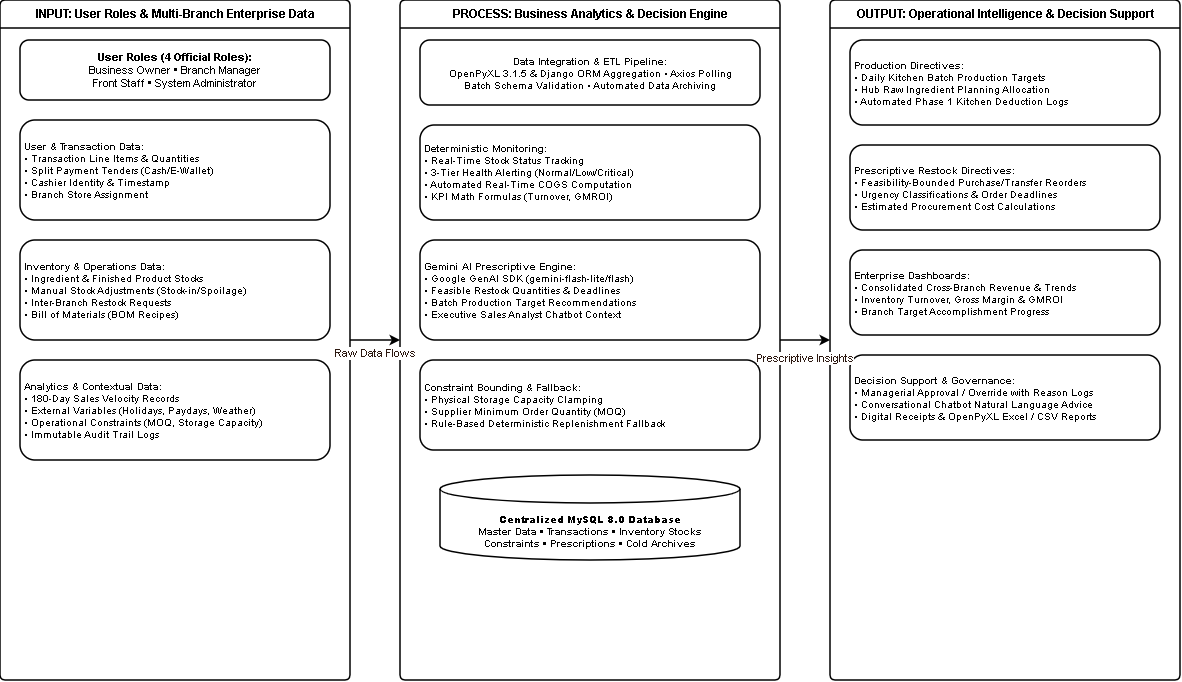
Above: docs/diagrams/drawio/Figure_1_Conceptual_Framework.png in cjavier15/sweetbox-main (draw.io), before the change. Source tidied: cells renumbered, new cells last; positions are measured from the earlier drawing's top-left corner, leaving out a move shared by most shapes.
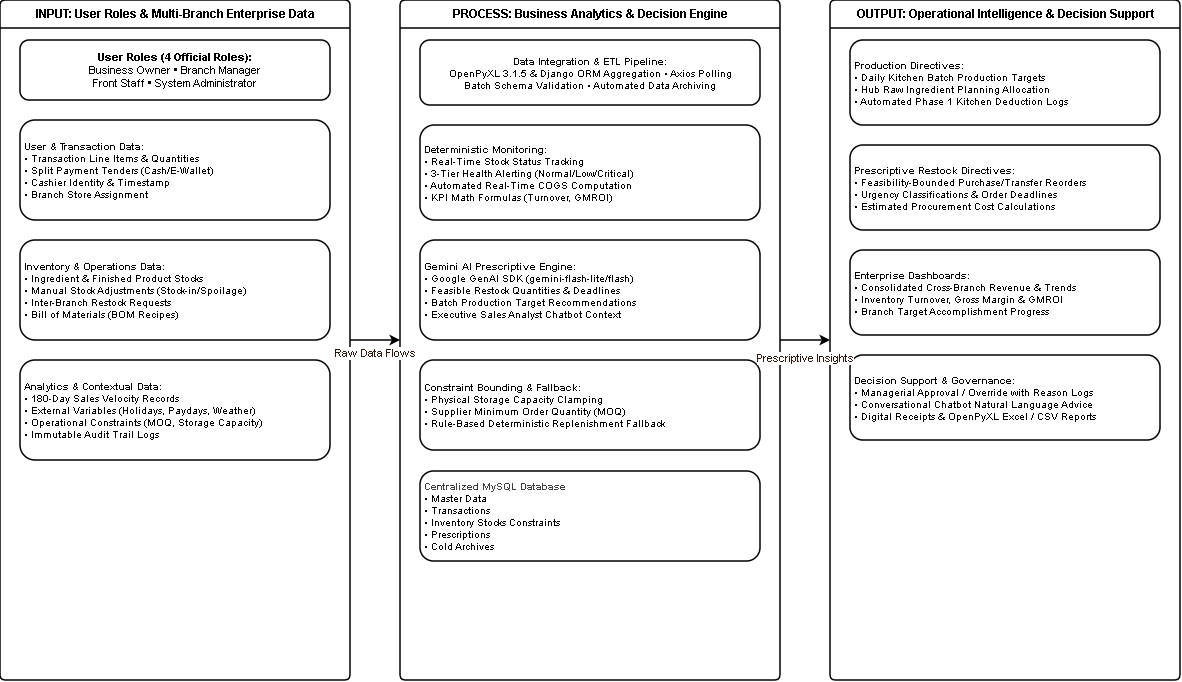
Above is the later version.

What changed in the source:
```diff
@@ -20,6 +20,9 @@
     <mxCell id="7" value="PROCESS: Business Analytics &amp; Decision Engine" style="swimlane;startSize=28;strokeWidth=1.5;fontFamily=Helvetica;fontSize=12;fontStyle=1;html=1;rounded=1;arcSize=6;" parent="1" vertex="1">
       <mxGeometry x="400" width="380" height="680" as="geometry" />
     </mxCell>
+    <mxCell id="20" value="&lt;b style=&quot;color: rgb(63, 63, 63); scrollbar-color: rgba(168, 169, 170, 0.52) rgb(18, 19, 20); text-align: center;&quot;&gt;Centralized MySQL Database&lt;/b&gt;&lt;br style=&quot;color: rgb(63, 63, 63); scrollbar-color: rgba(168, 169, 170, 0.52) rgb(18, 19, 20); font-weight: 700; text-align: center;&quot;&gt;&lt;span style=&quot;color: rgb(0, 0, 0); text-align: center;&quot;&gt;&lt;span style=&quot;color: rgb(0, 0, 0);&quot;&gt;•&amp;nbsp;&lt;/span&gt;Master Data&lt;/span&gt;&lt;div&gt;&lt;span style=&quot;color: rgb(0, 0, 0); text-align: center;&quot;&gt;• Transactions&lt;/span&gt;&lt;/div&gt;&lt;div&gt;&lt;span style=&quot;color: rgb(0, 0, 0); text-align: center;&quot;&gt;• Inventory Stocks&amp;nbsp;&lt;/span&gt;&lt;span style=&quot;color: rgb(0, 0, 0); text-align: center;&quot;&gt;Constraints&lt;/span&gt;&lt;/div&gt;&lt;div&gt;&lt;span style=&quot;color: rgb(0, 0, 0); text-align: center;&quot;&gt;• Prescriptions&lt;/span&gt;&lt;/div&gt;&lt;div&gt;&lt;span style=&quot;color: rgb(0, 0, 0); text-align: center;&quot;&gt;• Cold Archives&lt;/span&gt;&lt;/div&gt;" style="rounded=1;whiteSpace=wrap;html=1;strokeWidth=1.5;fontFamily=Helvetica;fontSize=10;fontStyle=0;align=left;spacing=4;" parent="7" vertex="1">
+      <mxGeometry x="20" y="471" width="340" height="90" as="geometry" />
+    </mxCell>
     <mxCell id="8" value="&lt;b&gt;Data Integration &amp; ETL Pipeline:&lt;/b&gt;&lt;br/&gt;OpenPyXL 3.1.5 &amp; Django ORM Aggregation • Axios Polling&lt;br/&gt;Batch Schema Validation • Automated Data Archiving" style="rounded=1;whiteSpace=wrap;html=1;strokeWidth=1.5;fontFamily=Helvetica;fontSize=10;fontStyle=0;align=center;spacing=4;" parent="1" vertex="1">
       <mxGeometry x="420" y="40" width="340" height="65" as="geometry" />
     </mxCell>
@@ -32,9 +35,6 @@
     <mxCell id="11" value="&lt;b&gt;Constraint Bounding &amp; Fallback:&lt;/b&gt;&lt;br/&gt;• Physical Storage Capacity Clamping&lt;br/&gt;• Supplier Minimum Order Quantity (MOQ)&lt;br/&gt;• Rule-Based Deterministic Replenishment Fallback" style="rounded=1;whiteSpace=wrap;html=1;strokeWidth=1.5;fontFamily=Helvetica;fontSize=10;fontStyle=0;align=left;spacing=4;" parent="1" vertex="1">
       <mxGeometry x="420" y="360" width="340" height="90" as="geometry" />
     </mxCell>
-    <mxCell id="12" value="&lt;b&gt;Centralized MySQL 8.0 Database&lt;/b&gt;&lt;br/&gt;Master Data • Transactions • Inventory Stocks&lt;br/&gt;Constraints • Prescriptions • Cold Archives" style="shape=cylinder3;whiteSpace=wrap;html=1;boundedLbl=1;backgroundOutline=1;size=14;strokeWidth=1.5;fontFamily=Helvetica;fontSize=10;fontStyle=1;align=center;" parent="1" vertex="1">
-      <mxGeometry x="440" y="475" width="300" height="85" as="geometry" />
-    </mxCell>
     <mxCell id="13" value="OUTPUT: Operational Intelligence &amp; Decision Support" style="swimlane;startSize=28;strokeWidth=1.5;fontFamily=Helvetica;fontSize=12;fontStyle=1;html=1;rounded=1;arcSize=6;" parent="1" vertex="1">
       <mxGeometry x="830" width="350" height="680" as="geometry" />
     </mxCell>
```
